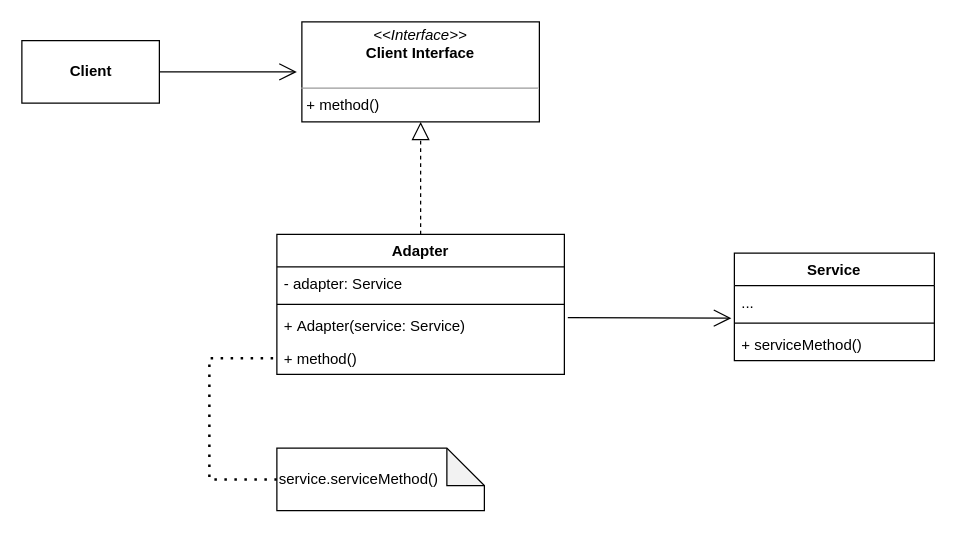
HsoulLink/designpattern_pic keeps this draw.io diagram as 适配器模式.drawio. Above is the earlier version. Source tidied: cells renumbered, new cells numbered last; positions are measured from the earlier drawing's top-left corner, leaving out a move shared by most shapes. Both pictures are drawn from the tidied source at 125%, with x=0, y=0 at pixel (21, 21).
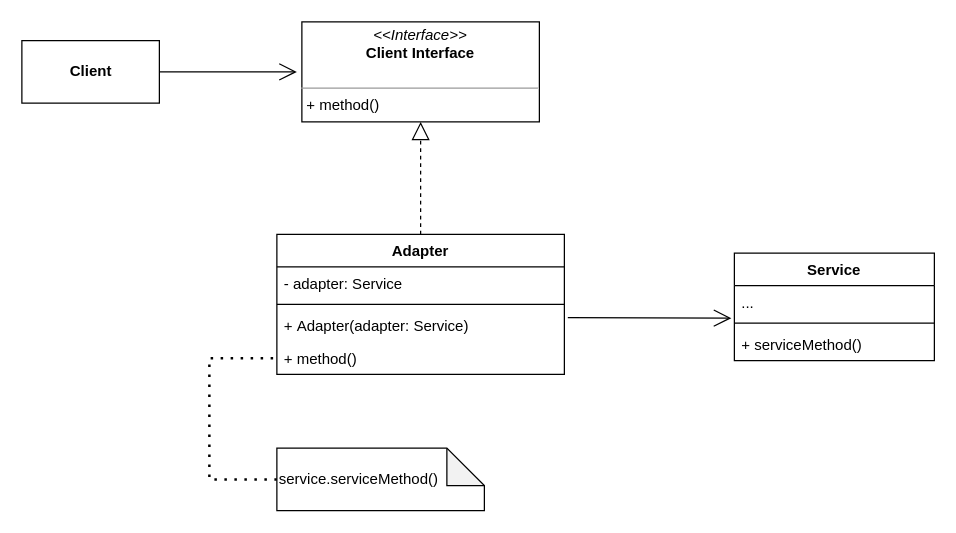
Above is the later version.

Commit message (it also covers changes not shown here):
更新适配器模式.drawio

Unchanged cells that the change refers to:
```xml
<mxCell id="3" value="Adapter" style="swimlane;fontStyle=1;align=center;verticalAlign=top;horizontal=1;startSize=26;" parent="1" vertex="1">
  <mxGeometry x="204" y="170" width="230" height="112" as="geometry" />
</mxCell>
```

Diff of the diagram source:
```diff
@@
-    <mxCell id="6" value="+ Adapter(service: Service)" style="text;strokeColor=none;fillColor=none;align=left;verticalAlign=top;spacingLeft=4;spacingRight=4;overflow=hidden;points=[[0,0.5],[1,0.5]];portConstraint=eastwest;" parent="3" vertex="1">
+    <mxCell id="6" value="+ Adapter(adapter: Service)" style="text;strokeColor=none;fillColor=none;align=left;verticalAlign=top;spacingLeft=4;spacingRight=4;overflow=hidden;points=[[0,0.5],[1,0.5]];portConstraint=eastwest;" parent="3" vertex="1">
       <mxGeometry y="60" width="230" height="26" as="geometry" />
     </mxCell>
```
